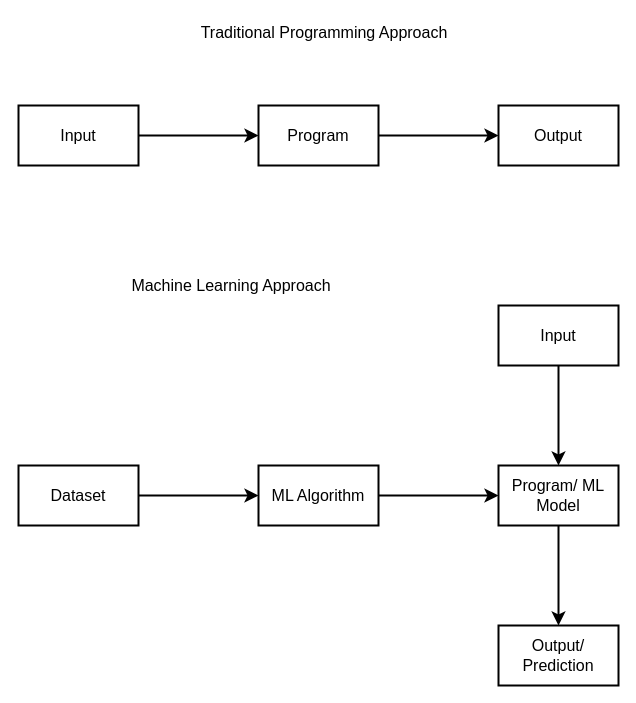
Before: ML intro.drawio in mzndnes/resume, a draw.io diagram. Source tidied: cells renumbered, new cells numbered last; positions are measured from the earlier drawing's top-left corner, leaving out a move shared by most shapes. Both pictures are drawn from the tidied source at 100%, with x=0, y=0 at pixel (18, 17).
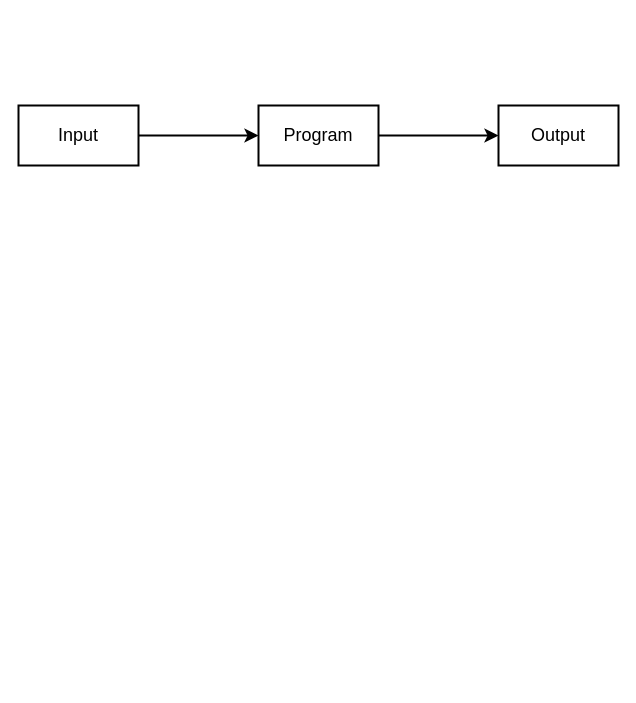
The same diagram, later.

Change to the diagram source:
```diff
@@
 <mxGraphModel>
   <root>
     <mxCell id="0" />
     <mxCell id="1" parent="0" />
-    <mxCell id="2" style="edgeStyle=none;curved=1;rounded=0;jettySize=auto;html=1;fontSize=12;startSize=8;endSize=8;strokeWidth=2;" parent="1" edge="1" source="3" target="6">
+    <mxCell id="2" style="edgeStyle=none;curved=1;rounded=0;jettySize=auto;html=1;fontSize=18;startSize=8;endSize=8;strokeWidth=2;" parent="1" edge="1" source="3" target="6">
       <mxGeometry relative="1" as="geometry" />
     </mxCell>
-    <mxCell id="3" value="Program" style="rounded=0;whiteSpace=wrap;html=1;strokeWidth=2;fontSize=16;" parent="1" vertex="1">
+    <mxCell id="3" value="Program" style="rounded=0;whiteSpace=wrap;html=1;strokeWidth=2;fontSize=18;" parent="1" vertex="1">
       <mxGeometry x="240" y="88" width="120" height="60" as="geometry" />
     </mxCell>
-    <mxCell id="4" style="edgeStyle=none;curved=1;rounded=0;jettySize=auto;html=1;fontSize=12;startSize=8;endSize=8;strokeWidth=2;" parent="1" edge="1" source="5" target="12">
-      <mxGeometry relative="1" as="geometry" />
-    </mxCell>
-    <mxCell id="5" value="ML Algorithm" style="rounded=0;whiteSpace=wrap;html=1;strokeWidth=2;fontSize=16;" parent="1" vertex="1">
-      <mxGeometry x="240" y="448" width="120" height="60" as="geometry" />
-    </mxCell>
-    <mxCell id="6" value="Output" style="rounded=0;whiteSpace=wrap;html=1;strokeWidth=2;fontSize=16;" parent="1" vertex="1">
+    <mxCell id="6" value="Output" style="rounded=0;whiteSpace=wrap;html=1;strokeWidth=2;fontSize=18;" parent="1" vertex="1">
       <mxGeometry x="480" y="88" width="120" height="60" as="geometry" />
     </mxCell>
-    <mxCell id="7" style="edgeStyle=none;curved=1;rounded=0;jettySize=auto;html=1;fontSize=12;startSize=8;endSize=8;strokeWidth=2;" parent="1" edge="1" source="8" target="3">
+    <mxCell id="7" style="edgeStyle=none;curved=1;rounded=0;jettySize=auto;html=1;fontSize=18;startSize=8;endSize=8;strokeWidth=2;" parent="1" edge="1" source="8" target="3">
       <mxGeometry relative="1" as="geometry" />
     </mxCell>
-    <mxCell id="8" value="Input" style="rounded=0;whiteSpace=wrap;html=1;strokeWidth=2;fontSize=16;" parent="1" vertex="1">
+    <mxCell id="8" value="Input" style="rounded=0;whiteSpace=wrap;html=1;strokeWidth=2;fontSize=18;" parent="1" vertex="1">
       <mxGeometry y="88" width="120" height="60" as="geometry" />
     </mxCell>
-    <mxCell id="9" style="edgeStyle=none;curved=1;rounded=0;jettySize=auto;html=1;fontSize=12;startSize=8;endSize=8;strokeWidth=2;" parent="1" edge="1" source="10" target="5">
-      <mxGeometry relative="1" as="geometry" />
-    </mxCell>
-    <mxCell id="10" value="Dataset" style="rounded=0;whiteSpace=wrap;html=1;strokeWidth=2;fontSize=16;" parent="1" vertex="1">
-      <mxGeometry y="448" width="120" height="60" as="geometry" />
-    </mxCell>
-    <mxCell id="11" style="edgeStyle=none;curved=1;rounded=0;jettySize=auto;html=1;fontSize=12;startSize=8;endSize=8;strokeWidth=2;" parent="1" edge="1" source="12" target="15">
-      <mxGeometry relative="1" as="geometry" />
-    </mxCell>
-    <mxCell id="12" value="Program/ ML Model" style="rounded=0;whiteSpace=wrap;html=1;strokeWidth=2;fontSize=16;" parent="1" vertex="1">
-      <mxGeometry x="480" y="448" width="120" height="60" as="geometry" />
-    </mxCell>
-    <mxCell id="13" style="edgeStyle=none;curved=1;rounded=0;jettySize=auto;html=1;fontSize=12;startSize=8;endSize=8;strokeWidth=2;" parent="1" edge="1" source="14" target="12">
-      <mxGeometry relative="1" as="geometry" />
-    </mxCell>
-    <mxCell id="14" value="Input" style="rounded=0;whiteSpace=wrap;html=1;strokeWidth=2;fontSize=16;" parent="1" vertex="1">
-      <mxGeometry x="480" y="288" width="120" height="60" as="geometry" />
-    </mxCell>
-    <mxCell id="15" value="Output/ Prediction" style="rounded=0;whiteSpace=wrap;html=1;strokeWidth=2;fontSize=16;" parent="1" vertex="1">
-      <mxGeometry x="480" y="608" width="120" height="60" as="geometry" />
-    </mxCell>
-    <mxCell id="16" value="Traditional Programming Approach" style="text;html=1;whiteSpace=wrap;strokeColor=none;fillColor=none;align=center;verticalAlign=middle;rounded=0;fontSize=16;" parent="1" vertex="1">
-      <mxGeometry x="156" width="300" height="30" as="geometry" />
-    </mxCell>
-    <mxCell id="17" value="Machine Learning Approach" style="text;html=1;whiteSpace=wrap;strokeColor=none;fillColor=none;align=center;verticalAlign=middle;rounded=0;fontSize=16;" parent="1" vertex="1">
-      <mxGeometry x="63" y="253" width="300" height="30" as="geometry" />
-    </mxCell>
   </root>
 </mxGraphModel>
```
